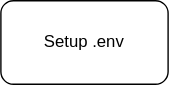
This is server/documentation/diagrams/server_setup.drawio.svg from glowingkitty/OpenMates, a draw.io export, as it was before one commit. Source tidied: cells renumbered, new cells last; positions are measured from the earlier drawing's top-left corner, leaving out a move shared by most shapes.
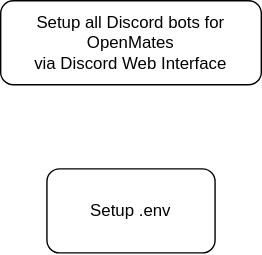
Above is the later version.

Diff of the diagram source:
```diff
@@ -5,5 +5,8 @@
     <mxCell id="2" value="Setup .env" style="rounded=1;whiteSpace=wrap;html=1;" parent="1" vertex="1">
       <mxGeometry width="120" height="60" as="geometry" />
     </mxCell>
+    <mxCell id="3" value="Setup all Discord bots for OpenMates&lt;br&gt;via Discord Web Interface" style="rounded=1;whiteSpace=wrap;html=1;" parent="1" vertex="1">
+      <mxGeometry x="-33" y="-120" width="186" height="60" as="geometry" />
+    </mxCell>
   </root>
 </mxGraphModel>
```
